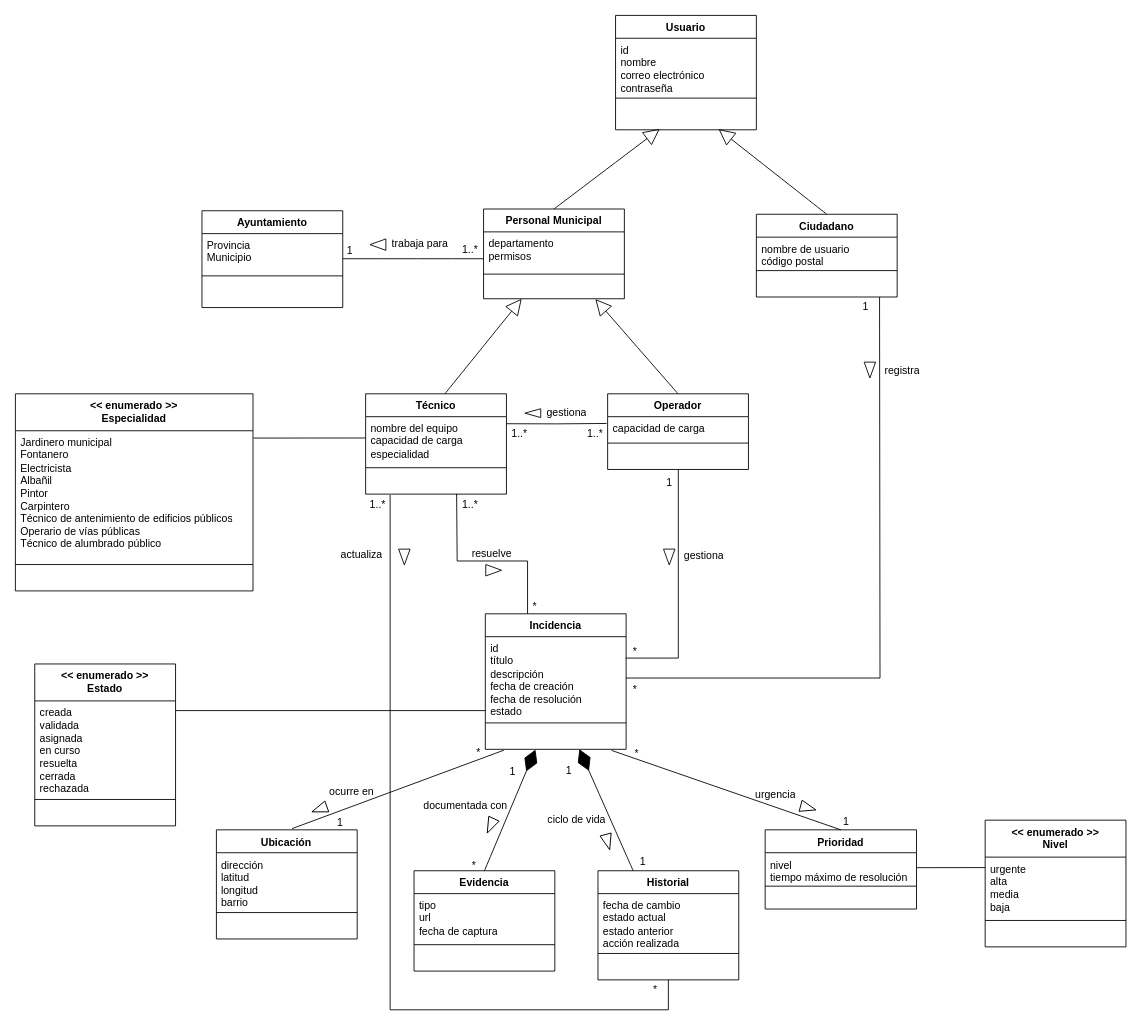
The draw.io diagram Diagrams/DiagramaModelo_v6.drawio in javimoralesg/UrbanDesk, before the edit. Source tidied: cells renumbered, new cells numbered last; positions are measured from the earlier drawing's top-left corner, leaving out a move shared by most shapes. Both pictures are drawn from the tidied source at 88%, with x=0, y=0 at pixel (15, 15).
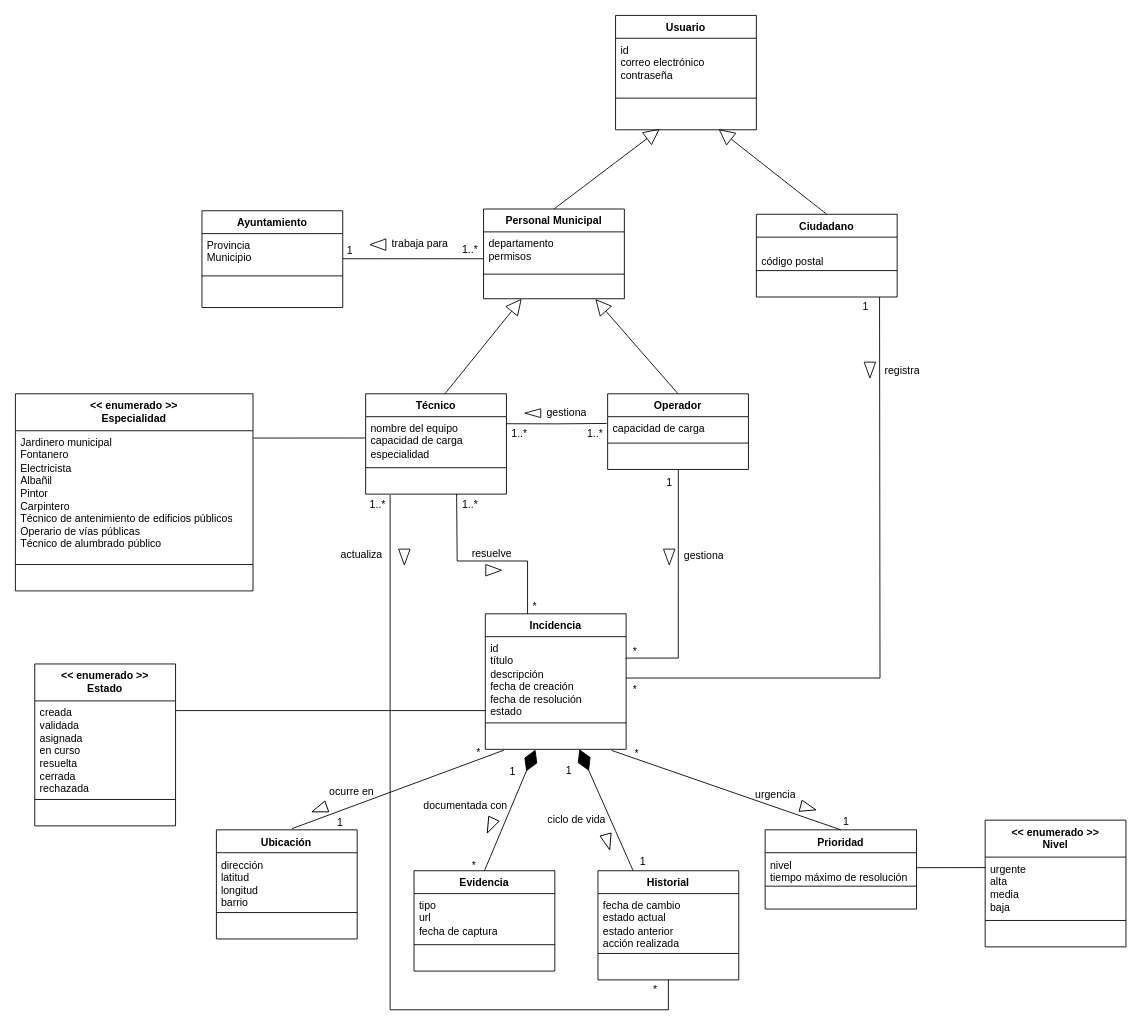
After the change.

Commit message:
actualizar diagrama de dominio

The change refers to these unchanged cells:
```xml
<mxCell id="2" value="Usuario" style="swimlane;fontStyle=1;align=center;verticalAlign=top;horizontal=1;startSize=26;whiteSpace=wrap;html=1;" parent="1" vertex="1">
  <mxGeometry x="682" width="160" height="130" as="geometry" />
</mxCell>
<mxCell id="10" value="Ciudadano" style="swimlane;fontStyle=1;align=center;verticalAlign=top;horizontal=1;startSize=26;whiteSpace=wrap;html=1;" parent="1" vertex="1">
  <mxGeometry x="842" y="226" width="160" height="94" as="geometry" />
</mxCell>
```

What changed in the source:
```diff
@@
-    <mxCell id="3" value="&lt;div&gt;id&lt;/div&gt;nombre&lt;div&gt;&lt;span style=&quot;background-color: transparent; color: light-dark(rgb(0, 0, 0), rgb(255, 255, 255));&quot;&gt;correo electrónico&lt;/span&gt;&lt;/div&gt;&lt;div&gt;contraseña&lt;/div&gt;" style="text;strokeColor=none;fillColor=none;align=left;verticalAlign=top;spacingLeft=4;spacingRight=4;overflow=hidden;whiteSpace=wrap;html=1;" parent="2" vertex="1">
+    <mxCell id="3" value="&lt;div&gt;id&lt;/div&gt;&lt;div&gt;&lt;span style=&quot;background-color: transparent; color: light-dark(rgb(0, 0, 0), rgb(255, 255, 255));&quot;&gt;correo electrónico&lt;/span&gt;&lt;/div&gt;&lt;div&gt;contraseña&lt;/div&gt;" style="text;strokeColor=none;fillColor=none;align=left;verticalAlign=top;spacingLeft=4;spacingRight=4;overflow=hidden;whiteSpace=wrap;html=1;" parent="2" vertex="1">
       <mxGeometry y="26" width="160" height="64" as="geometry" />
     </mxCell>
@@
-    <mxCell id="11" value="nombre de usuario&lt;div&gt;código postal&lt;/div&gt;" style="text;strokeColor=none;fillColor=none;align=left;verticalAlign=top;spacingLeft=4;spacingRight=4;overflow=hidden;whiteSpace=wrap;html=1;" parent="10" vertex="1">
+    <mxCell id="11" value="&lt;br&gt;&lt;div&gt;código postal&lt;/div&gt;" style="text;strokeColor=none;fillColor=none;align=left;verticalAlign=top;spacingLeft=4;spacingRight=4;overflow=hidden;whiteSpace=wrap;html=1;" parent="10" vertex="1">
       <mxGeometry y="26" width="160" height="34" as="geometry" />
     </mxCell>
```
